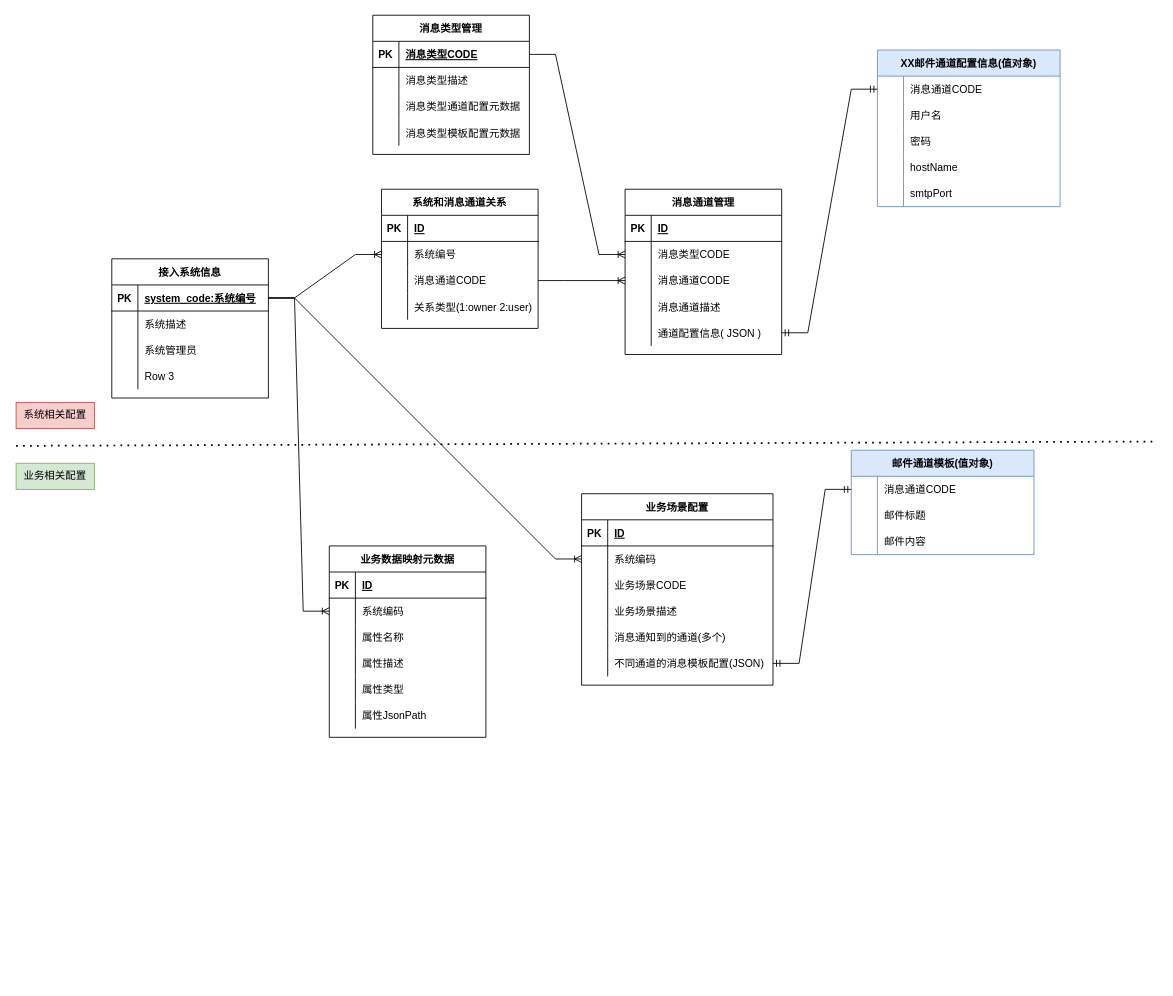
This is page "数据ER" (2 of 3) of 聚合消息通知平台.drawio from shixw/drawio-depository, a draw.io file, before an edit. Source tidied: cells renumbered, new cells numbered last; positions are measured from the earlier drawing's top-left corner, leaving out a move shared by most shapes. Both pictures are drawn from the tidied source at 87%, with x=0, y=0 at pixel (16, 15).
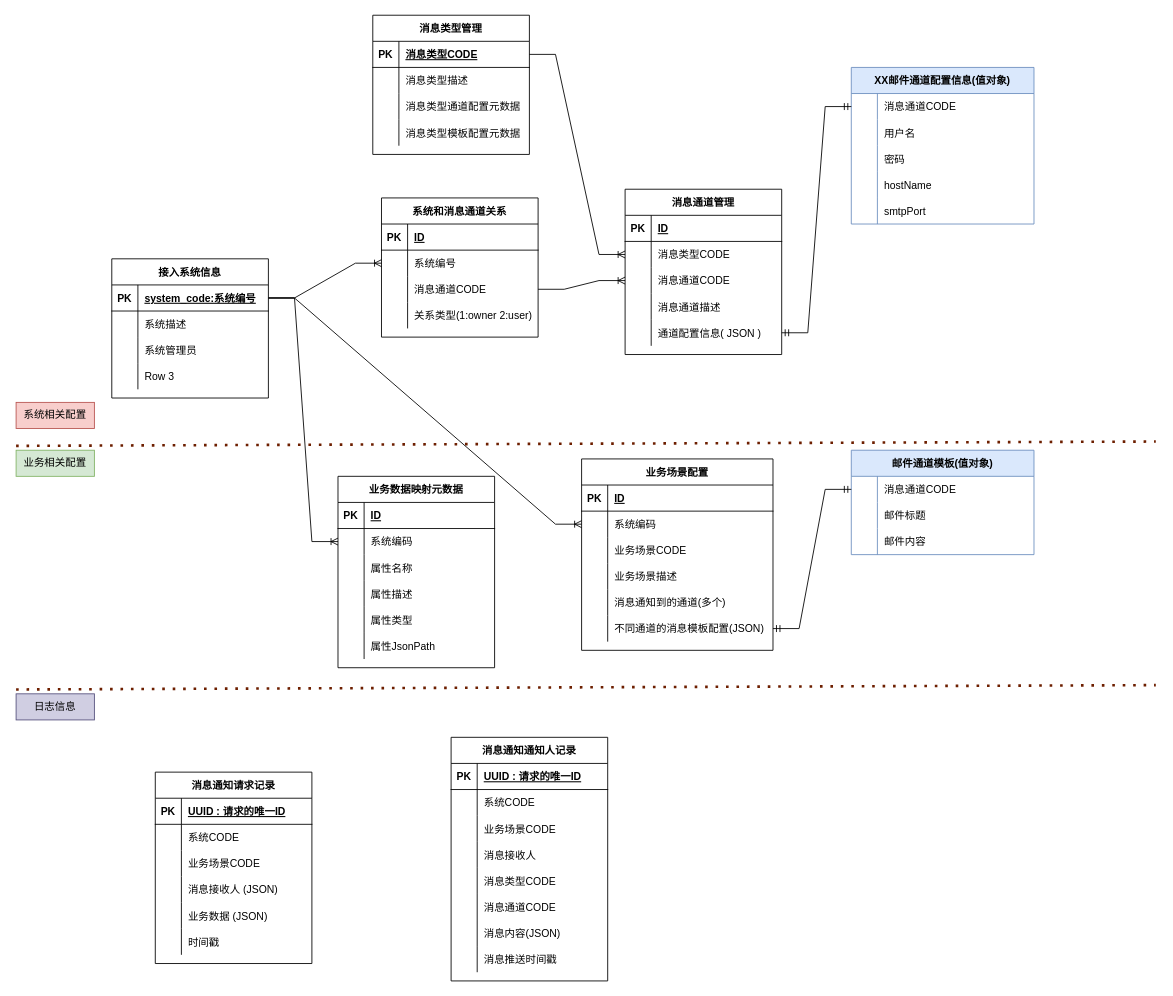
Above is the later version.

Commit message (it also covers changes not shown here):
更新聚合消息通知平台.drawio

Change to the diagram source:
```diff
@@
-    <mxCell id="28" style="endArrow=none;dashed=1;html=1;dashPattern=1 3;strokeWidth=2;rounded=0;" parent="1" edge="1">
+    <mxCell id="28" style="endArrow=none;dashed=1;html=1;dashPattern=1 3;strokeWidth=3;rounded=0;fillColor=#a0522d;strokeColor=#6D1F00;" parent="1" edge="1">
       <mxGeometry relative="1" as="geometry">
         <mxPoint y="495" as="sourcePoint" />
         <mxPoint x="1310" y="490" as="targetPoint" />
       </mxGeometry>
     </mxCell>
@@
     <mxCell id="30" value="业务相关配置" style="text;html=1;strokeColor=#82b366;fillColor=#d5e8d4;align=center;verticalAlign=middle;whiteSpace=wrap;rounded=0;" parent="1" vertex="1">
-      <mxGeometry y="515" width="90" height="30" as="geometry" />
+      <mxGeometry y="500" width="90" height="30" as="geometry" />
     </mxCell>
@@
     <mxCell id="48" value="系统和消息通道关系" style="shape=table;startSize=30;childLayout=tableLayout;rowLines=0;fontStyle=1;align=center;" parent="1" vertex="1">
-      <mxGeometry x="420" y="200" width="180" height="160" as="geometry" />
+      <mxGeometry x="420" y="210" width="180" height="160" as="geometry" />
     </mxCell>
@@
     <mxCell id="63" value="XX邮件通道配置信息(值对象)" style="shape=table;startSize=30;childLayout=tableLayout;rowLines=0;fontStyle=1;align=center;fillColor=#dae8fc;strokeColor=#6c8ebf;" parent="1" vertex="1">
-      <mxGeometry x="990" y="40" width="210" height="180" as="geometry" />
+      <mxGeometry x="960" y="60" width="210" height="180" as="geometry" />
     </mxCell>
@@
     <mxCell id="80" value="业务场景配置" style="shape=table;startSize=30;childLayout=tableLayout;rowLines=0;fontStyle=1;align=center;" parent="1" vertex="1">
-      <mxGeometry x="650" y="550" width="220" height="220" as="geometry" />
+      <mxGeometry x="650" y="510" width="220" height="220" as="geometry" />
     </mxCell>
@@
     <mxCell id="100" value="业务数据映射元数据" style="shape=table;startSize=30;childLayout=tableLayout;rowLines=0;fontStyle=1;align=center;" parent="1" vertex="1">
-      <mxGeometry x="360" y="610" width="180" height="220" as="geometry" />
+      <mxGeometry x="370" y="530" width="180" height="220" as="geometry" />
     </mxCell>
@@
+    <mxCell id="131" style="endArrow=none;dashed=1;html=1;dashPattern=1 3;strokeWidth=3;rounded=0;fillColor=#a0522d;strokeColor=#6D1F00;" parent="1" edge="1">
+      <mxGeometry relative="1" as="geometry">
+        <mxPoint y="775" as="sourcePoint" />
+        <mxPoint x="1310" y="770" as="targetPoint" />
+      </mxGeometry>
+    </mxCell>
+    <mxCell id="132" value="日志信息" style="text;html=1;strokeColor=#56517e;fillColor=#d0cee2;align=center;verticalAlign=middle;whiteSpace=wrap;rounded=0;" parent="1" vertex="1">
+      <mxGeometry y="780" width="90" height="30" as="geometry" />
+    </mxCell>
+    <mxCell id="133" value="消息通知请求记录" style="shape=table;startSize=30;childLayout=tableLayout;rowLines=0;fontStyle=1;align=center;" parent="1" vertex="1">
+      <mxGeometry x="160" y="870" width="180" height="220" as="geometry" />
+    </mxCell>
+    <mxCell id="134" style="shape=tableRow;horizontal=0;startSize=0;swimlaneHead=0;swimlaneBody=0;fillColor=none;top=0;left=0;right=0;bottom=1;" parent="133" vertex="1">
+      <mxGeometry y="30" width="180" height="30" as="geometry" />
+    </mxCell>
+    <mxCell id="135" value="PK" style="shape=partialRectangle;fillColor=none;top=0;left=0;bottom=0;right=0;fontStyle=1;overflow=hidden;" parent="134" vertex="1">
+      <mxGeometry width="30" height="30" as="geometry" />
+    </mxCell>
+    <mxCell id="136" value="UUID : 请求的唯一ID" style="shape=partialRectangle;fillColor=none;top=0;left=0;bottom=0;right=0;align=left;spacingLeft=6;fontStyle=5;overflow=hidden;" parent="134" vertex="1">
+      <mxGeometry x="30" width="150" height="30" as="geometry" />
+    </mxCell>
+    <mxCell id="137" style="shape=tableRow;horizontal=0;startSize=0;swimlaneHead=0;swimlaneBody=0;fillColor=none;top=0;left=0;right=0;bottom=0;" parent="133" vertex="1">
+      <mxGeometry y="60" width="180" height="30" as="geometry" />
+    </mxCell>
+    <mxCell id="138" style="shape=partialRectangle;fillColor=none;top=0;left=0;bottom=0;right=0;overflow=hidden;" parent="137" vertex="1">
+      <mxGeometry width="30" height="30" as="geometry" />
+    </mxCell>
+    <mxCell id="139" value="系统CODE" style="shape=partialRectangle;fillColor=none;top=0;left=0;bottom=0;right=0;align=left;spacingLeft=6;overflow=hidden;" parent="137" vertex="1">
+      <mxGeometry x="30" width="150" height="30" as="geometry" />
+    </mxCell>
+    <mxCell id="140" style="shape=tableRow;horizontal=0;startSize=0;swimlaneHead=0;swimlaneBody=0;fillColor=none;top=0;left=0;right=0;bottom=0;" parent="133" vertex="1">
+      <mxGeometry y="90" width="180" height="30" as="geometry" />
+    </mxCell>
+    <mxCell id="141" style="shape=partialRectangle;fillColor=none;top=0;left=0;bottom=0;right=0;overflow=hidden;" parent="140" vertex="1">
+      <mxGeometry width="30" height="30" as="geometry" />
+    </mxCell>
+    <mxCell id="142" value="业务场景CODE" style="shape=partialRectangle;fillColor=none;top=0;left=0;bottom=0;right=0;align=left;spacingLeft=6;overflow=hidden;" parent="140" vertex="1">
+      <mxGeometry x="30" width="150" height="30" as="geometry" />
+    </mxCell>
+    <mxCell id="143" style="shape=tableRow;horizontal=0;startSize=0;swimlaneHead=0;swimlaneBody=0;fillColor=none;top=0;left=0;right=0;bottom=0;" parent="133" vertex="1">
+      <mxGeometry y="120" width="180" height="30" as="geometry" />
+    </mxCell>
+    <mxCell id="144" style="shape=partialRectangle;fillColor=none;top=0;left=0;bottom=0;right=0;overflow=hidden;" parent="143" vertex="1">
+      <mxGeometry width="30" height="30" as="geometry" />
+    </mxCell>
+    <mxCell id="145" value="消息接收人 (JSON)" style="shape=partialRectangle;fillColor=none;top=0;left=0;bottom=0;right=0;align=left;spacingLeft=6;overflow=hidden;" parent="143" vertex="1">
+      <mxGeometry x="30" width="150" height="30" as="geometry" />
+    </mxCell>
+    <mxCell id="146" style="shape=tableRow;horizontal=0;startSize=0;swimlaneHead=0;swimlaneBody=0;fillColor=none;top=0;left=0;right=0;bottom=0;" parent="133" vertex="1">
+      <mxGeometry y="150" width="180" height="30" as="geometry" />
+    </mxCell>
+    <mxCell id="147" style="shape=partialRectangle;fillColor=none;top=0;left=0;bottom=0;right=0;overflow=hidden;" parent="146" vertex="1">
+      <mxGeometry width="30" height="30" as="geometry" />
+    </mxCell>
+    <mxCell id="148" value="业务数据 (JSON)" style="shape=partialRectangle;fillColor=none;top=0;left=0;bottom=0;right=0;align=left;spacingLeft=6;overflow=hidden;" parent="146" vertex="1">
+      <mxGeometry x="30" width="150" height="30" as="geometry" />
+    </mxCell>
+    <mxCell id="149" style="shape=tableRow;horizontal=0;startSize=0;swimlaneHead=0;swimlaneBody=0;fillColor=none;top=0;left=0;right=0;bottom=0;" parent="133" vertex="1">
+      <mxGeometry y="180" width="180" height="30" as="geometry" />
+    </mxCell>
+    <mxCell id="150" style="shape=partialRectangle;fillColor=none;top=0;left=0;bottom=0;right=0;overflow=hidden;" parent="149" vertex="1">
+      <mxGeometry width="30" height="30" as="geometry" />
+    </mxCell>
+    <mxCell id="151" value="时间戳" style="shape=partialRectangle;fillColor=none;top=0;left=0;bottom=0;right=0;align=left;spacingLeft=6;overflow=hidden;" parent="149" vertex="1">
+      <mxGeometry x="30" width="150" height="30" as="geometry" />
+    </mxCell>
+    <mxCell id="152" value="消息通知通知人记录" style="shape=table;startSize=30;childLayout=tableLayout;rowLines=0;fontStyle=1;align=center;" parent="1" vertex="1">
+      <mxGeometry x="500" y="830" width="180" height="280" as="geometry" />
+    </mxCell>
+    <mxCell id="153" style="shape=tableRow;horizontal=0;startSize=0;swimlaneHead=0;swimlaneBody=0;fillColor=none;top=0;left=0;right=0;bottom=1;" parent="152" vertex="1">
+      <mxGeometry y="30" width="180" height="30" as="geometry" />
+    </mxCell>
+    <mxCell id="154" value="PK" style="shape=partialRectangle;fillColor=none;top=0;left=0;bottom=0;right=0;fontStyle=1;overflow=hidden;" parent="153" vertex="1">
+      <mxGeometry width="30" height="30" as="geometry" />
+    </mxCell>
+    <mxCell id="155" value="UUID : 请求的唯一ID" style="shape=partialRectangle;fillColor=none;top=0;left=0;bottom=0;right=0;align=left;spacingLeft=6;fontStyle=5;overflow=hidden;" parent="153" vertex="1">
+      <mxGeometry x="30" width="150" height="30" as="geometry" />
+    </mxCell>
+    <mxCell id="156" style="shape=tableRow;horizontal=0;startSize=0;swimlaneHead=0;swimlaneBody=0;fillColor=none;top=0;left=0;right=0;bottom=0;" parent="152" vertex="1">
+      <mxGeometry y="60" width="180" height="30" as="geometry" />
+    </mxCell>
+    <mxCell id="157" style="shape=partialRectangle;fillColor=none;top=0;left=0;bottom=0;right=0;overflow=hidden;" parent="156" vertex="1">
+      <mxGeometry width="30" height="30" as="geometry" />
+    </mxCell>
+    <mxCell id="158" value="系统CODE" style="shape=partialRectangle;fillColor=none;top=0;left=0;bottom=0;right=0;align=left;spacingLeft=6;overflow=hidden;" parent="156" vertex="1">
+      <mxGeometry x="30" width="150" height="30" as="geometry" />
+    </mxCell>
+    <mxCell id="159" style="shape=tableRow;horizontal=0;startSize=0;swimlaneHead=0;swimlaneBody=0;fillColor=none;top=0;left=0;right=0;bottom=0;" parent="152" vertex="1">
+      <mxGeometry y="90" width="180" height="30" as="geometry" />
+    </mxCell>
+    <mxCell id="160" style="shape=partialRectangle;fillColor=none;top=0;left=0;bottom=0;right=0;overflow=hidden;" parent="159" vertex="1">
+      <mxGeometry width="30" height="30" as="geometry" />
+    </mxCell>
+    <mxCell id="161" value="业务场景CODE" style="shape=partialRectangle;fillColor=none;top=0;left=0;bottom=0;right=0;align=left;spacingLeft=6;overflow=hidden;" parent="159" vertex="1">
+      <mxGeometry x="30" width="150" height="30" as="geometry" />
+    </mxCell>
+    <mxCell id="162" style="shape=tableRow;horizontal=0;startSize=0;swimlaneHead=0;swimlaneBody=0;fillColor=none;top=0;left=0;right=0;bottom=0;" parent="152" vertex="1">
+      <mxGeometry y="120" width="180" height="30" as="geometry" />
+    </mxCell>
+    <mxCell id="163" style="shape=partialRectangle;fillColor=none;top=0;left=0;bottom=0;right=0;overflow=hidden;" parent="162" vertex="1">
+      <mxGeometry width="30" height="30" as="geometry" />
+    </mxCell>
+    <mxCell id="164" value="消息接收人" style="shape=partialRectangle;fillColor=none;top=0;left=0;bottom=0;right=0;align=left;spacingLeft=6;overflow=hidden;" parent="162" vertex="1">
+      <mxGeometry x="30" width="150" height="30" as="geometry" />
+    </mxCell>
+    <mxCell id="165" style="shape=tableRow;horizontal=0;startSize=0;swimlaneHead=0;swimlaneBody=0;fillColor=none;top=0;left=0;right=0;bottom=0;" parent="152" vertex="1">
+      <mxGeometry y="150" width="180" height="30" as="geometry" />
+    </mxCell>
+    <mxCell id="166" style="shape=partialRectangle;fillColor=none;top=0;left=0;bottom=0;right=0;overflow=hidden;" parent="165" vertex="1">
+      <mxGeometry width="30" height="30" as="geometry" />
+    </mxCell>
+    <mxCell id="167" value="消息类型CODE" style="shape=partialRectangle;fillColor=none;top=0;left=0;bottom=0;right=0;align=left;spacingLeft=6;overflow=hidden;" parent="165" vertex="1">
+      <mxGeometry x="30" width="150" height="30" as="geometry" />
+    </mxCell>
+    <mxCell id="168" style="shape=tableRow;horizontal=0;startSize=0;swimlaneHead=0;swimlaneBody=0;fillColor=none;top=0;left=0;right=0;bottom=0;" parent="152" vertex="1">
+      <mxGeometry y="180" width="180" height="30" as="geometry" />
+    </mxCell>
+    <mxCell id="169" style="shape=partialRectangle;fillColor=none;top=0;left=0;bottom=0;right=0;overflow=hidden;" parent="168" vertex="1">
+      <mxGeometry width="30" height="30" as="geometry" />
+    </mxCell>
+    <mxCell id="170" value="消息通道CODE" style="shape=partialRectangle;fillColor=none;top=0;left=0;bottom=0;right=0;align=left;spacingLeft=6;overflow=hidden;" parent="168" vertex="1">
+      <mxGeometry x="30" width="150" height="30" as="geometry" />
+    </mxCell>
+    <mxCell id="171" style="shape=tableRow;horizontal=0;startSize=0;swimlaneHead=0;swimlaneBody=0;fillColor=none;top=0;left=0;right=0;bottom=0;" parent="152" vertex="1">
+      <mxGeometry y="210" width="180" height="30" as="geometry" />
+    </mxCell>
+    <mxCell id="172" style="shape=partialRectangle;fillColor=none;top=0;left=0;bottom=0;right=0;overflow=hidden;" parent="171" vertex="1">
+      <mxGeometry width="30" height="30" as="geometry" />
+    </mxCell>
+    <mxCell id="173" value="消息内容(JSON)" style="shape=partialRectangle;fillColor=none;top=0;left=0;bottom=0;right=0;align=left;spacingLeft=6;overflow=hidden;" parent="171" vertex="1">
+      <mxGeometry x="30" width="150" height="30" as="geometry" />
+    </mxCell>
+    <mxCell id="174" style="shape=tableRow;horizontal=0;startSize=0;swimlaneHead=0;swimlaneBody=0;fillColor=none;top=0;left=0;right=0;bottom=0;" parent="152" vertex="1">
+      <mxGeometry y="240" width="180" height="30" as="geometry" />
+    </mxCell>
+    <mxCell id="175" style="shape=partialRectangle;fillColor=none;top=0;left=0;bottom=0;right=0;overflow=hidden;" parent="174" vertex="1">
+      <mxGeometry width="30" height="30" as="geometry" />
+    </mxCell>
+    <mxCell id="176" value="消息推送时间戳" style="shape=partialRectangle;fillColor=none;top=0;left=0;bottom=0;right=0;align=left;spacingLeft=6;overflow=hidden;" parent="174" vertex="1">
+      <mxGeometry x="30" width="150" height="30" as="geometry" />
+    </mxCell>
```
